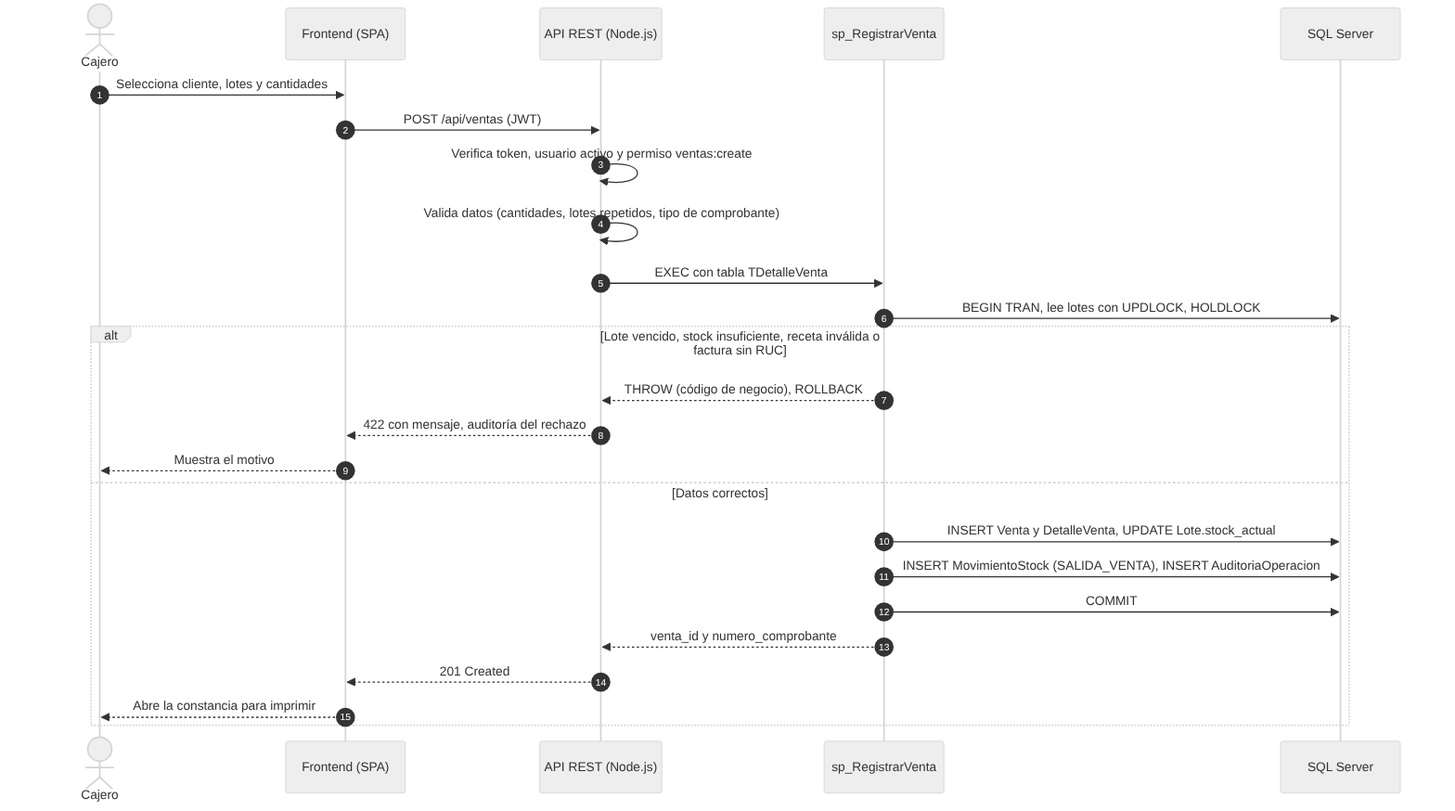
Before: docs/diagramas/sec_venta.png, a diagram exported from Mermaid (angelonavarroxd23-lab/Farma-Control). Its source is kept beside it as docs/diagramas/src/sec_venta.mmd. Source of this version:
```mermaid
sequenceDiagram
autonumber
actor C as Cajero
participant UI as Frontend (SPA)
participant API as API REST (Node.js)
participant SP as sp_RegistrarVenta
participant DB as SQL Server
C->>UI: Selecciona cliente, lotes y cantidades
UI->>API: POST /api/ventas (JWT)
API->>API: Verifica token, usuario activo y permiso ventas:create
API->>API: Valida datos (cantidades, lotes repetidos, tipo de comprobante)
API->>SP: EXEC con tabla TDetalleVenta
SP->>DB: BEGIN TRAN, lee lotes con UPDLOCK, HOLDLOCK
alt Lote vencido, stock insuficiente, receta inválida o factura sin RUC
SP-->>API: THROW (código de negocio), ROLLBACK
API-->>UI: 422 con mensaje, auditoría del rechazo
UI-->>C: Muestra el motivo
else Datos correctos
SP->>DB: INSERT Venta y DetalleVenta, UPDATE Lote.stock_actual
SP->>DB: INSERT MovimientoStock (SALIDA_VENTA), INSERT AuditoriaOperacion
SP->>DB: COMMIT
SP-->>API: venta_id y numero_comprobante
API-->>UI: 201 Created
UI-->>C: Abre la constancia para imprimir
end
```
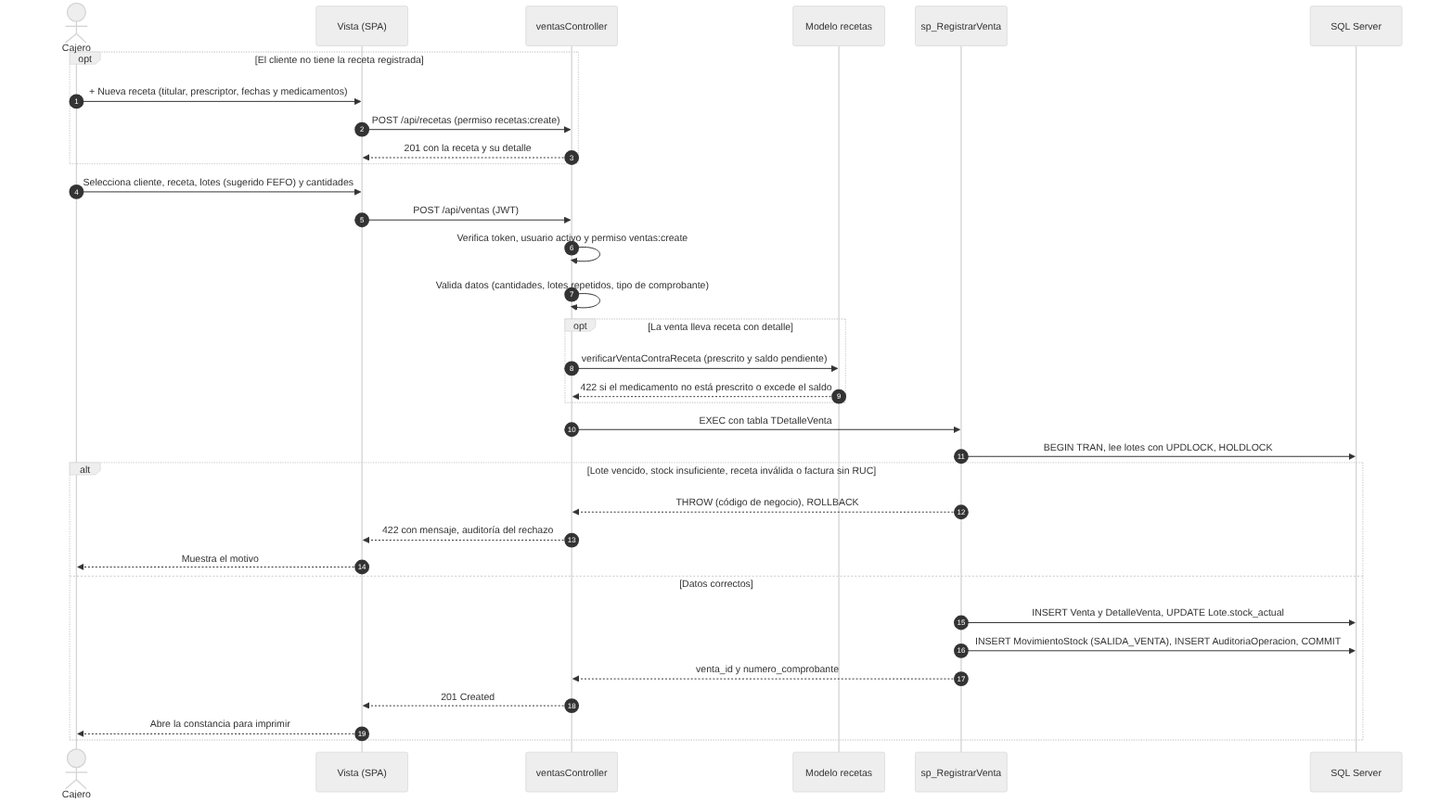
Later version of the same file.

The edit, as a diff of the source:
```diff
@@ -1,25 +1,34 @@
 sequenceDiagram
 autonumber
 actor C as Cajero
-participant UI as Frontend (SPA)
-participant API as API REST (Node.js)
+participant UI as Vista (SPA)
+participant V as ventasController
+participant R as Modelo recetas
 participant SP as sp_RegistrarVenta
 participant DB as SQL Server
-C->>UI: Selecciona cliente, lotes y cantidades
-UI->>API: POST /api/ventas (JWT)
-API->>API: Verifica token, usuario activo y permiso ventas:create
-API->>API: Valida datos (cantidades, lotes repetidos, tipo de comprobante)
-API->>SP: EXEC con tabla TDetalleVenta
+opt El cliente no tiene la receta registrada
+C->>UI: + Nueva receta (titular, prescriptor, fechas y medicamentos)
+UI->>V: POST /api/recetas (permiso recetas:create)
+V-->>UI: 201 con la receta y su detalle
+end
+C->>UI: Selecciona cliente, receta, lotes (sugerido FEFO) y cantidades
+UI->>V: POST /api/ventas (JWT)
+V->>V: Verifica token, usuario activo y permiso ventas:create
+V->>V: Valida datos (cantidades, lotes repetidos, tipo de comprobante)
+opt La venta lleva receta con detalle
+V->>R: verificarVentaContraReceta (prescrito y saldo pendiente)
+R-->>V: 422 si el medicamento no está prescrito o excede el saldo
+end
+V->>SP: EXEC con tabla TDetalleVenta
 SP->>DB: BEGIN TRAN, lee lotes con UPDLOCK, HOLDLOCK
 alt Lote vencido, stock insuficiente, receta inválida o factura sin RUC
-SP-->>API: THROW (código de negocio), ROLLBACK
-API-->>UI: 422 con mensaje, auditoría del rechazo
+SP-->>V: THROW (código de negocio), ROLLBACK
+V-->>UI: 422 con mensaje, auditoría del rechazo
 UI-->>C: Muestra el motivo
 else Datos correctos
 SP->>DB: INSERT Venta y DetalleVenta, UPDATE Lote.stock_actual
-SP->>DB: INSERT MovimientoStock (SALIDA_VENTA), INSERT AuditoriaOperacion
-SP->>DB: COMMIT
-SP-->>API: venta_id y numero_comprobante
-API-->>UI: 201 Created
+SP->>DB: INSERT MovimientoStock (SALIDA_VENTA), INSERT AuditoriaOperacion, COMMIT
+SP-->>V: venta_id y numero_comprobante
+V-->>UI: 201 Created
 UI-->>C: Abre la constancia para imprimir
 end
```
